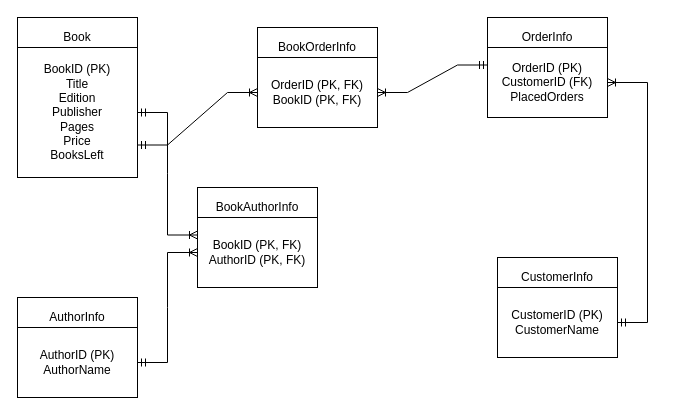
Earlier version of the draw.io diagram ERD.drawio (raufrasulzada/dbs-as2). Source tidied: cells renumbered, new cells numbered last; positions are measured from the earlier drawing's top-left corner, leaving out a move shared by most shapes. Both pictures are drawn from the tidied source at 100%, with x=0, y=0 at pixel (17, 17).
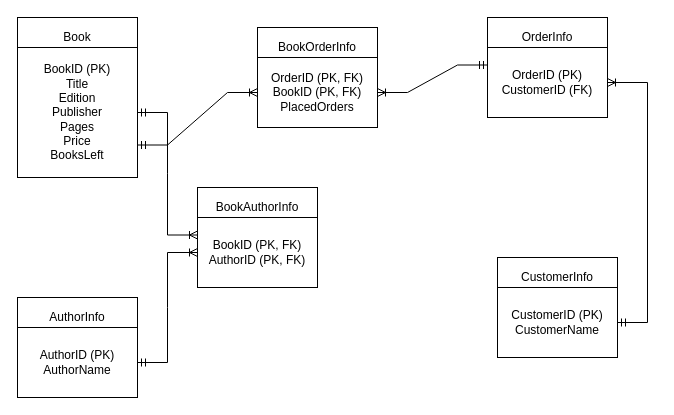
After the change.

Change to the diagram source:
```diff
@@
 <mxGraphModel>
   <root>
     <mxCell id="0" />
     <mxCell id="1" parent="0" />
     <mxCell id="2" value="Book" style="rounded=0;whiteSpace=wrap;html=1;" parent="1" vertex="1">
       <mxGeometry width="120" height="40" as="geometry" />
     </mxCell>
     <mxCell id="3" value="BookID (PK)&lt;br&gt;Title&lt;br&gt;Edition&lt;br&gt;Publisher&lt;br&gt;Pages&lt;br&gt;Price&lt;br&gt;BooksLeft" style="rounded=0;whiteSpace=wrap;html=1;" parent="1" vertex="1">
       <mxGeometry y="30" width="120" height="130" as="geometry" />
     </mxCell>
     <mxCell id="4" value="OrderInfo" style="rounded=0;whiteSpace=wrap;html=1;" parent="1" vertex="1">
       <mxGeometry x="470" width="120" height="40" as="geometry" />
     </mxCell>
-    <mxCell id="5" value="OrderID (PK)&lt;br&gt;CustomerID (FK)&lt;br&gt;PlacedOrders" style="rounded=0;whiteSpace=wrap;html=1;" parent="1" vertex="1">
+    <mxCell id="5" value="OrderID (PK)&lt;br&gt;CustomerID (FK)" style="rounded=0;whiteSpace=wrap;html=1;" parent="1" vertex="1">
       <mxGeometry x="470" y="30" width="120" height="70" as="geometry" />
     </mxCell>
     <mxCell id="6" value="AuthorInfo" style="rounded=0;whiteSpace=wrap;html=1;" parent="1" vertex="1">
       <mxGeometry y="280" width="120" height="40" as="geometry" />
     </mxCell>
     <mxCell id="7" value="AuthorID (PK)&lt;br&gt;AuthorName" style="rounded=0;whiteSpace=wrap;html=1;" parent="1" vertex="1">
       <mxGeometry y="310" width="120" height="70" as="geometry" />
     </mxCell>
     <mxCell id="8" value="CustomerInfo" style="rounded=0;whiteSpace=wrap;html=1;" parent="1" vertex="1">
       <mxGeometry x="480" y="240" width="120" height="40" as="geometry" />
     </mxCell>
     <mxCell id="9" value="CustomerID (PK)&lt;br&gt;CustomerName" style="rounded=0;whiteSpace=wrap;html=1;" parent="1" vertex="1">
       <mxGeometry x="480" y="270" width="120" height="70" as="geometry" />
     </mxCell>
     <mxCell id="10" value="BookOrderInfo" style="rounded=0;whiteSpace=wrap;html=1;" parent="1" vertex="1">
       <mxGeometry x="240" y="10" width="120" height="40" as="geometry" />
     </mxCell>
-    <mxCell id="11" value="OrderID (PK, FK)&lt;br&gt;BookID (PK, FK)" style="rounded=0;whiteSpace=wrap;html=1;" parent="1" vertex="1">
+    <mxCell id="11" value="OrderID (PK, FK)&lt;br&gt;BookID (PK, FK)&lt;br&gt;PlacedOrders" style="rounded=0;whiteSpace=wrap;html=1;" parent="1" vertex="1">
       <mxGeometry x="240" y="40" width="120" height="70" as="geometry" />
     </mxCell>
     <mxCell id="12" style="edgeStyle=entityRelationEdgeStyle;fontSize=12;html=1;endArrow=ERoneToMany;startArrow=ERmandOne;rounded=0;entryX=0;entryY=0.5;entryDx=0;entryDy=0;exitX=1;exitY=0.75;exitDx=0;exitDy=0;" parent="1" edge="1" source="3" target="11">
       <mxGeometry relative="1" as="geometry" />
     </mxCell>
     <mxCell id="13" style="edgeStyle=entityRelationEdgeStyle;fontSize=12;html=1;endArrow=ERoneToMany;startArrow=ERmandOne;rounded=0;entryX=1;entryY=0.5;entryDx=0;entryDy=0;exitX=0;exitY=0.25;exitDx=0;exitDy=0;" parent="1" edge="1" source="5" target="11">
       <mxGeometry relative="1" as="geometry" />
     </mxCell>
     <mxCell id="14" style="edgeStyle=entityRelationEdgeStyle;fontSize=12;html=1;endArrow=ERoneToMany;startArrow=ERmandOne;rounded=0;" parent="1" edge="1" source="9" target="5">
       <mxGeometry relative="1" as="geometry" />
     </mxCell>
     <mxCell id="15" value="BookAuthorInfo" style="rounded=0;whiteSpace=wrap;html=1;" parent="1" vertex="1">
       <mxGeometry x="180" y="170" width="120" height="40" as="geometry" />
     </mxCell>
     <mxCell id="16" value="BookID (PK, FK)&lt;br&gt;AuthorID (PK, FK)" style="rounded=0;whiteSpace=wrap;html=1;" parent="1" vertex="1">
       <mxGeometry x="180" y="200" width="120" height="70" as="geometry" />
     </mxCell>
     <mxCell id="17" style="edgeStyle=entityRelationEdgeStyle;fontSize=12;html=1;endArrow=ERoneToMany;startArrow=ERmandOne;rounded=0;entryX=0;entryY=0.5;entryDx=0;entryDy=0;exitX=1;exitY=0.5;exitDx=0;exitDy=0;" parent="1" edge="1" source="7" target="16">
       <mxGeometry relative="1" as="geometry" />
     </mxCell>
     <mxCell id="18" style="edgeStyle=entityRelationEdgeStyle;fontSize=12;html=1;endArrow=ERoneToMany;startArrow=ERmandOne;rounded=0;entryX=0;entryY=0.25;entryDx=0;entryDy=0;exitX=1;exitY=0.5;exitDx=0;exitDy=0;" parent="1" edge="1" source="3" target="16">
       <mxGeometry relative="1" as="geometry" />
     </mxCell>
   </root>
 </mxGraphModel>
```
